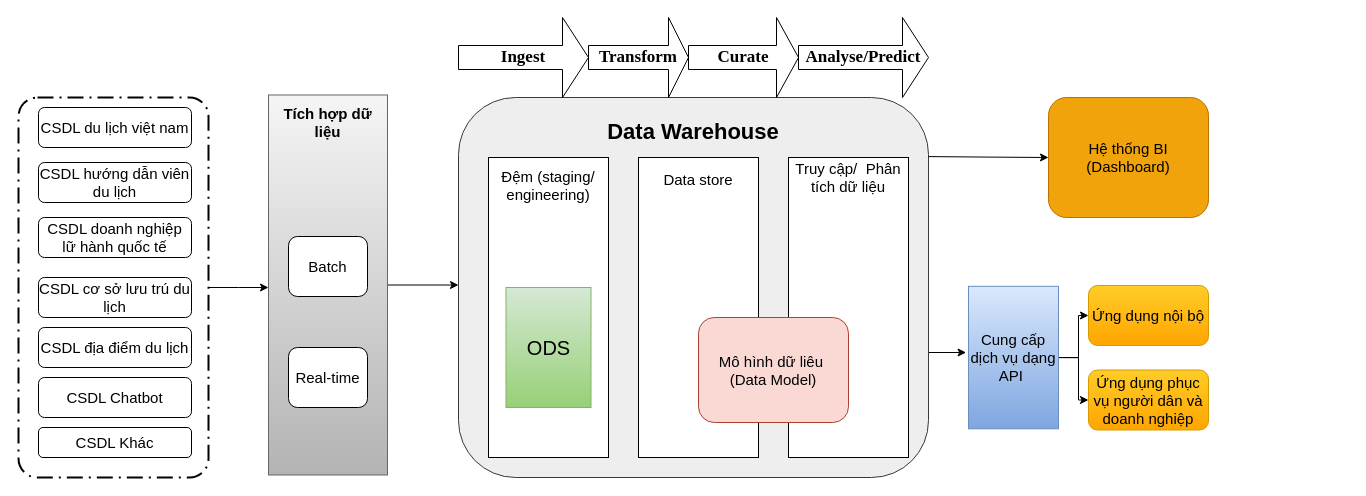
Above: page "Page-1" (1 of 2) of so-do-draw/tcdl.drawio in letheanh12345/Draw-io (draw.io), before the change. Source tidied: cells renumbered, new cells numbered last; positions are measured from the earlier drawing's top-left corner, leaving out a move shared by most shapes. Both pictures are drawn from the tidied source at 100%, with x=0, y=0 at pixel (18, 17).
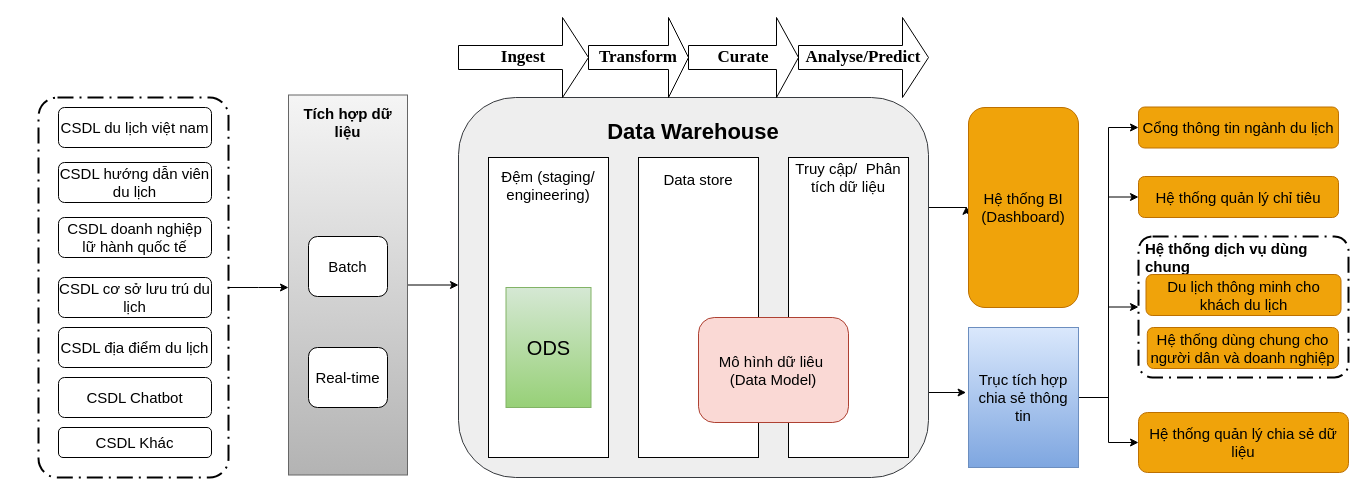
Above is the later version.

The edit, as a diff of the source:
```diff
@@
     <mxCell id="2" style="edgeStyle=orthogonalEdgeStyle;rounded=0;jettySize=auto;html=1;fontSize=15;" parent="1" edge="1" source="3">
       <mxGeometry relative="1" as="geometry">
-        <mxPoint x="250" y="270" as="targetPoint" />
+        <mxPoint x="270" y="270" as="targetPoint" />
       </mxGeometry>
     </mxCell>
     <mxCell id="3" style="points=[[0.25,0,0],[0.5,0,0],[0.75,0,0],[1,0.25,0],[1,0.5,0],[1,0.75,0],[0.75,1,0],[0.5,1,0],[0.25,1,0],[0,0.75,0],[0,0.5,0],[0,0.25,0]];rounded=1;arcSize=10;dashed=1;strokeColor=#000000;fillColor=none;gradientColor=none;dashPattern=8 3 1 3;strokeWidth=2;fontStyle=1;fontSize=20;" parent="1" vertex="1">
-      <mxGeometry y="80" width="190" height="380" as="geometry" />
+      <mxGeometry x="20" y="80" width="190" height="380" as="geometry" />
     </mxCell>
     <mxCell id="4" style="edgeStyle=orthogonalEdgeStyle;rounded=0;orthogonalLoop=1;jettySize=auto;html=1;exitX=1;exitY=0.75;exitDx=0;exitDy=0;entryX=-0.027;entryY=0.672;entryDx=0;entryDy=0;entryPerimeter=0;fontSize=15;" parent="1" edge="1">
       <mxGeometry relative="1" as="geometry">
-        <mxPoint x="910" y="335" as="sourcePoint" />
-        <mxPoint x="947.6" y="334.5" as="targetPoint" />
+        <mxPoint x="910" y="375" as="sourcePoint" />
+        <mxPoint x="947.6" y="374.5" as="targetPoint" />
       </mxGeometry>
     </mxCell>
+    <mxCell id="38" style="edgeStyle=orthogonalEdgeStyle;rounded=0;orthogonalLoop=1;jettySize=auto;html=1;exitX=1;exitY=0.5;exitDx=0;exitDy=0;entryX=-0.019;entryY=0.894;entryDx=0;entryDy=0;entryPerimeter=0;fontSize=15;" parent="1" edge="1">
+      <mxGeometry relative="1" as="geometry">
+        <mxPoint x="910" y="190" as="sourcePoint" />
+        <mxPoint x="947.9" y="188.8" as="targetPoint" />
+      </mxGeometry>
+    </mxCell>
@@
     <mxCell id="12" style="rounded=0;whiteSpace=wrap;html=1;fontSize=15;fillColor=#f5f5f5;gradientColor=#b3b3b3;strokeColor=#666666;" parent="1" vertex="1">
-      <mxGeometry x="250" y="77.5" width="119" height="380" as="geometry" />
+      <mxGeometry x="270" y="77.5" width="119" height="380" as="geometry" />
     </mxCell>
     <mxCell id="13" value="&lt;b&gt;Tích hợp dữ liệu&lt;/b&gt;" style="text;html=1;strokeColor=none;fillColor=none;align=center;verticalAlign=middle;whiteSpace=wrap;rounded=0;fontSize=15;" parent="1" vertex="1">
-      <mxGeometry x="250" y="90" width="119" height="30" as="geometry" />
+      <mxGeometry x="270" y="90" width="119" height="30" as="geometry" />
     </mxCell>
     <mxCell id="14" value="Batch" style="rounded=1;whiteSpace=wrap;html=1;fontSize=15;" parent="1" vertex="1">
-      <mxGeometry x="270" y="219" width="79" height="60" as="geometry" />
+      <mxGeometry x="290" y="219" width="79" height="60" as="geometry" />
     </mxCell>
     <mxCell id="15" value="Real-time" style="rounded=1;whiteSpace=wrap;html=1;fontSize=15;" parent="1" vertex="1">
-      <mxGeometry x="270" y="330" width="79" height="60" as="geometry" />
+      <mxGeometry x="290" y="330" width="79" height="60" as="geometry" />
     </mxCell>
@@
     <mxCell id="24" value="Hệ thống BI (Dashboard)" style="rounded=1;whiteSpace=wrap;html=1;fontSize=15;fillColor=#f0a30a;fontColor=#000000;strokeColor=#BD7000;" parent="1" vertex="1">
-      <mxGeometry x="1030" y="80" width="160" height="120" as="geometry" />
+      <mxGeometry x="950" y="90" width="110" height="200" as="geometry" />
     </mxCell>
-    <mxCell id="25" value="Ứng dụng nội bộ" style="rounded=1;whiteSpace=wrap;html=1;fontSize=15;fillColor=#ffcd28;gradientColor=#ffa500;strokeColor=#d79b00;" parent="1" vertex="1">
-      <mxGeometry x="1070" y="268" width="120" height="60" as="geometry" />
-    </mxCell>
-    <mxCell id="26" value="Ứng dụng phục vụ người dân và doanh nghiệp" style="rounded=1;whiteSpace=wrap;html=1;fontSize=15;fillColor=#ffcd28;gradientColor=#ffa500;strokeColor=#d79b00;" parent="1" vertex="1">
-      <mxGeometry x="1070" y="352.5" width="120" height="60" as="geometry" />
-    </mxCell>
-    <mxCell id="27" style="edgeStyle=orthogonalEdgeStyle;rounded=0;jettySize=auto;html=1;exitX=1;exitY=0.5;exitDx=0;exitDy=0;entryX=0;entryY=0.5;entryDx=0;entryDy=0;fontSize=15;" parent="1" edge="1" source="29" target="25">
-      <mxGeometry relative="1" as="geometry" />
-    </mxCell>
-    <mxCell id="28" style="edgeStyle=orthogonalEdgeStyle;rounded=0;jettySize=auto;html=1;entryX=0;entryY=0.5;entryDx=0;entryDy=0;fontSize=15;" parent="1" edge="1" source="29" target="26">
-      <mxGeometry relative="1" as="geometry" />
-    </mxCell>
+    <mxCell id="39" style="edgeStyle=orthogonalEdgeStyle;rounded=0;jettySize=auto;html=1;entryX=0;entryY=0.5;entryDx=0;entryDy=0;" parent="1" edge="1" source="29" target="43">
+      <mxGeometry relative="1" as="geometry" />
+    </mxCell>
+    <mxCell id="40" style="edgeStyle=orthogonalEdgeStyle;rounded=0;jettySize=auto;html=1;entryX=0;entryY=0.5;entryDx=0;entryDy=0;" parent="1" edge="1" source="29" target="44">
+      <mxGeometry relative="1" as="geometry" />
+    </mxCell>
+    <mxCell id="41" style="edgeStyle=orthogonalEdgeStyle;rounded=0;jettySize=auto;html=1;entryX=0;entryY=0.5;entryDx=0;entryDy=0;entryPerimeter=0;" parent="1" edge="1" source="29" target="45">
+      <mxGeometry relative="1" as="geometry" />
+    </mxCell>
+    <mxCell id="42" style="edgeStyle=orthogonalEdgeStyle;rounded=0;jettySize=auto;html=1;entryX=0;entryY=0.5;entryDx=0;entryDy=0;" parent="1" edge="1" source="29" target="49">
+      <mxGeometry relative="1" as="geometry" />
+    </mxCell>
-    <mxCell id="29" value="Cung cấp dịch vụ dạng API&amp;nbsp;" style="rounded=0;whiteSpace=wrap;html=1;fontSize=15;fillColor=#dae8fc;gradientColor=#7ea6e0;strokeColor=#6c8ebf;" parent="1" vertex="1">
-      <mxGeometry x="950" y="268.8" width="90" height="142.5" as="geometry" />
+    <mxCell id="29" value="Trục tích hợp chia sẻ thông tin" style="rounded=0;whiteSpace=wrap;html=1;fontSize=15;fillColor=#dae8fc;gradientColor=#7ea6e0;strokeColor=#6c8ebf;" parent="1" vertex="1">
+      <mxGeometry x="950" y="310" width="110" height="140" as="geometry" />
     </mxCell>
-    <mxCell id="30" style="edgeStyle=orthogonalEdgeStyle;rounded=0;jettySize=auto;html=1;exitX=1;exitY=0.75;exitDx=0;exitDy=0;entryX=0;entryY=0.5;entryDx=0;entryDy=0;fontSize=15;" parent="1" edge="1" target="24">
-      <mxGeometry relative="1" as="geometry">
-        <mxPoint x="910" y="139.1" as="sourcePoint" />
-      </mxGeometry>
-    </mxCell>
     <mxCell id="31" value="&lt;font style=&quot;font-size: 15px;&quot;&gt;CSDL du lịch việt nam&lt;/font&gt;" style="rounded=1;whiteSpace=wrap;html=1;" parent="1" vertex="1">
-      <mxGeometry x="20" y="90" width="153" height="40" as="geometry" />
+      <mxGeometry x="40" y="90" width="153" height="40" as="geometry" />
     </mxCell>
     <mxCell id="32" value="&lt;font style=&quot;font-size: 15px;&quot;&gt;CSDL hướng dẫn viên du lịch&lt;/font&gt;" style="rounded=1;whiteSpace=wrap;html=1;" parent="1" vertex="1">
-      <mxGeometry x="20" y="145" width="153" height="40" as="geometry" />
+      <mxGeometry x="40" y="145" width="153" height="40" as="geometry" />
     </mxCell>
     <mxCell id="33" value="&lt;font style=&quot;font-size: 15px;&quot;&gt;CSDL doanh nghiệp lữ hành quốc tế&lt;/font&gt;" style="rounded=1;whiteSpace=wrap;html=1;" parent="1" vertex="1">
-      <mxGeometry x="20" y="200" width="153" height="40" as="geometry" />
+      <mxGeometry x="40" y="200" width="153" height="40" as="geometry" />
     </mxCell>
     <mxCell id="34" value="&lt;font style=&quot;font-size: 15px;&quot;&gt;CSDL Khác&lt;/font&gt;" style="rounded=1;whiteSpace=wrap;html=1;" parent="1" vertex="1">
-      <mxGeometry x="20" y="410" width="153" height="30" as="geometry" />
+      <mxGeometry x="40" y="410" width="153" height="30" as="geometry" />
     </mxCell>
     <mxCell id="35" value="&lt;font style=&quot;font-size: 15px;&quot;&gt;CSDL cơ sở lưu trú du lịch&lt;/font&gt;" style="rounded=1;whiteSpace=wrap;html=1;" parent="1" vertex="1">
-      <mxGeometry x="20" y="260" width="153" height="40" as="geometry" />
+      <mxGeometry x="40" y="260" width="153" height="40" as="geometry" />
     </mxCell>
     <mxCell id="36" value="&lt;font style=&quot;font-size: 15px;&quot;&gt;CSDL Chatbot&lt;/font&gt;" style="rounded=1;whiteSpace=wrap;html=1;" parent="1" vertex="1">
-      <mxGeometry x="20" y="360" width="153" height="40" as="geometry" />
+      <mxGeometry x="40" y="360" width="153" height="40" as="geometry" />
     </mxCell>
     <mxCell id="37" value="&lt;font style=&quot;font-size: 15px;&quot;&gt;CSDL địa điểm du lịch&lt;/font&gt;" style="rounded=1;whiteSpace=wrap;html=1;" parent="1" vertex="1">
-      <mxGeometry x="20" y="310" width="153" height="40" as="geometry" />
+      <mxGeometry x="40" y="310" width="153" height="40" as="geometry" />
     </mxCell>
+    <mxCell id="43" value="Cổng thông tin ngành du lịch" style="rounded=1;whiteSpace=wrap;html=1;fontSize=15;fillColor=#f0a30a;fontColor=#000000;strokeColor=#BD7000;" parent="1" vertex="1">
+      <mxGeometry x="1120" y="89.5" width="200" height="41" as="geometry" />
+    </mxCell>
+    <mxCell id="44" value="Hệ thống quản lý chỉ tiêu" style="rounded=1;whiteSpace=wrap;html=1;fontSize=15;fillColor=#f0a30a;fontColor=#000000;strokeColor=#BD7000;" parent="1" vertex="1">
+      <mxGeometry x="1120" y="159" width="200" height="41" as="geometry" />
+    </mxCell>
+    <mxCell id="45" style="points=[[0.25,0,0],[0.5,0,0],[0.75,0,0],[1,0.25,0],[1,0.5,0],[1,0.75,0],[0.75,1,0],[0.5,1,0],[0.25,1,0],[0,0.75,0],[0,0.5,0],[0,0.25,0]];rounded=1;arcSize=10;dashed=1;strokeColor=#000000;fillColor=none;gradientColor=none;dashPattern=8 3 1 3;strokeWidth=2;fontStyle=1;fontSize=20;" parent="1" vertex="1">
+      <mxGeometry x="1120" y="219" width="210" height="141" as="geometry" />
+    </mxCell>
+    <mxCell id="46" value="&lt;b&gt;&lt;font style=&quot;font-size: 15px;&quot;&gt;Hệ thống dịch vụ dùng chung&lt;/font&gt;&lt;/b&gt;" style="text;html=1;strokeColor=none;fillColor=none;align=left;verticalAlign=middle;whiteSpace=wrap;rounded=0;" parent="1" vertex="1">
+      <mxGeometry x="1125" y="220" width="205" height="40" as="geometry" />
+    </mxCell>
+    <mxCell id="47" value="Du lịch thông minh cho khách du lịch" style="rounded=1;whiteSpace=wrap;html=1;fontSize=15;fillColor=#f0a30a;fontColor=#000000;strokeColor=#BD7000;" parent="1" vertex="1">
+      <mxGeometry x="1127.5" y="257" width="195" height="41" as="geometry" />
+    </mxCell>
+    <mxCell id="48" value="Hệ thống dùng chung cho người dân và doanh nghiệp" style="rounded=1;whiteSpace=wrap;html=1;fontSize=15;fillColor=#f0a30a;fontColor=#000000;strokeColor=#BD7000;" parent="1" vertex="1">
+      <mxGeometry x="1128.8" y="310" width="191.2" height="41" as="geometry" />
+    </mxCell>
+    <mxCell id="49" value="Hệ thống quản lý chia sẻ dữ liệu" style="rounded=1;whiteSpace=wrap;html=1;fontSize=15;fillColor=#f0a30a;fontColor=#000000;strokeColor=#BD7000;" parent="1" vertex="1">
+      <mxGeometry x="1120" y="395" width="210" height="60" as="geometry" />
+    </mxCell>
```
